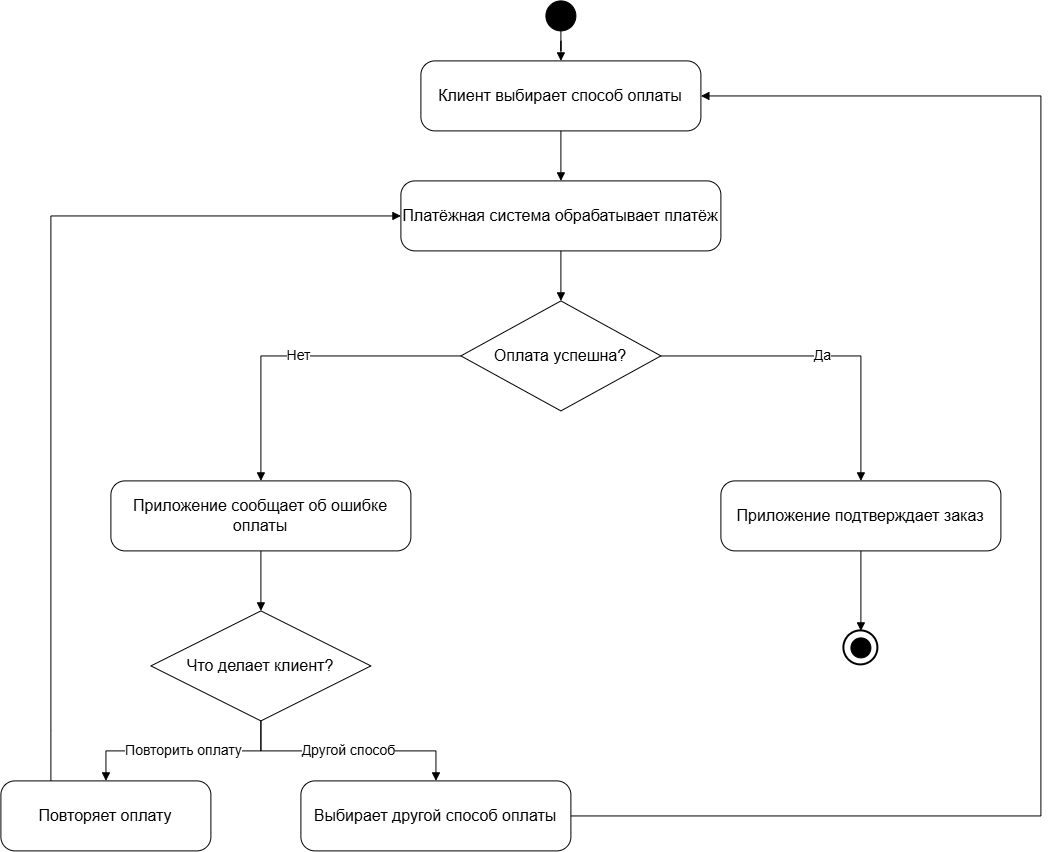
This is lab1/diagrams/activity-uml.png from Katsia999/visual-programming-labs-Belyeva, a draw.io export, as it was before one commit. Source tidied: cells renumbered, new cells last; positions are measured from the earlier drawing's top-left corner, leaving out a move shared by most shapes.
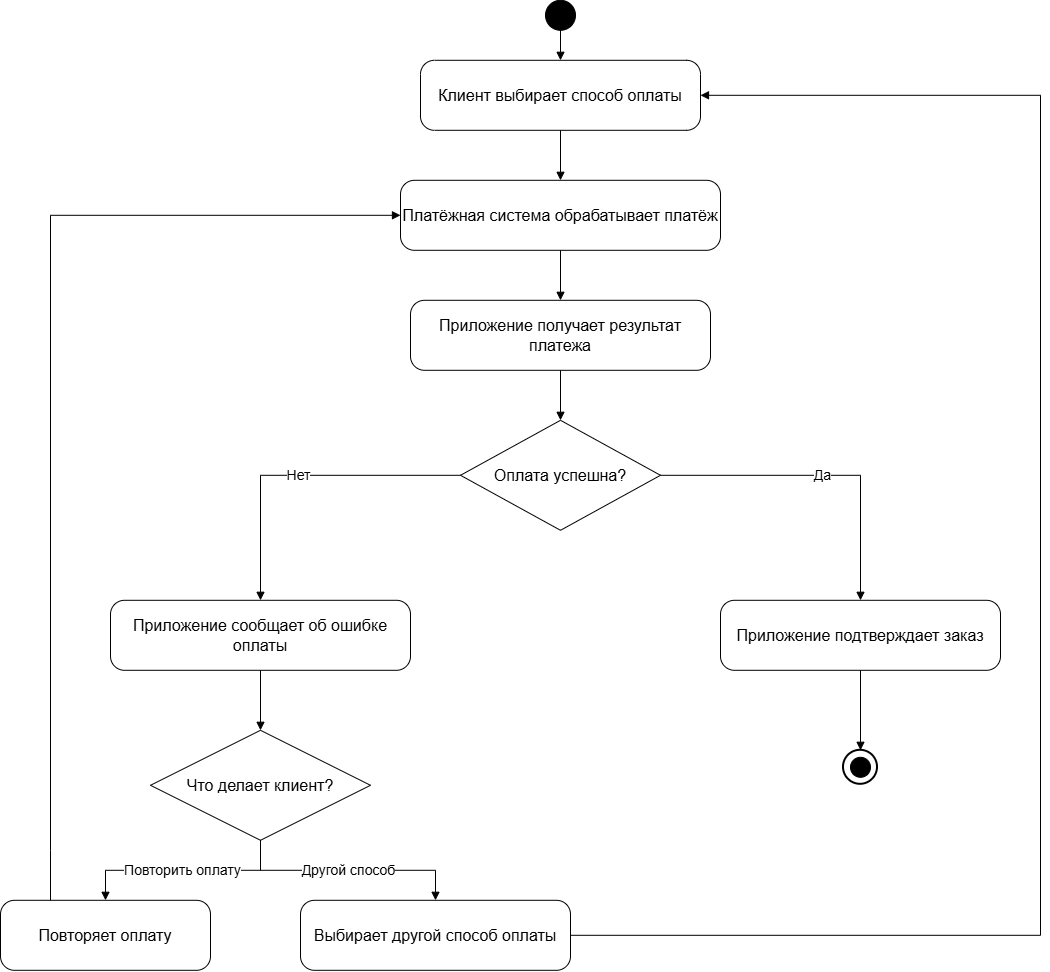
Later version of the same file.

Commit message:
Обновила UML и Mermaid-диаграммы

Diff of the diagram source:
```diff
@@ -3,14 +3,17 @@
     <mxCell id="0" />
     <mxCell id="1" parent="0" />
     <mxCell id="2" style="ellipse;whiteSpace=wrap;html=1;fillColor=#000000;strokeColor=#000000;" parent="1" vertex="1">
-      <mxGeometry x="545" width="30" height="30" as="geometry" />
+      <mxGeometry x="545" y="-120" width="30" height="30" as="geometry" />
     </mxCell>
     <mxCell id="3" value="Клиент выбирает способ оплаты" style="rounded=1;whiteSpace=wrap;html=1;arcSize=20;fontSize=16;" parent="1" vertex="1">
-      <mxGeometry x="420" y="60" width="280" height="70" as="geometry" />
+      <mxGeometry x="420" y="-60" width="280" height="70" as="geometry" />
     </mxCell>
     <mxCell id="4" value="Платёжная система обрабатывает платёж" style="rounded=1;whiteSpace=wrap;html=1;arcSize=20;fontSize=16;" parent="1" vertex="1">
-      <mxGeometry x="400" y="180" width="320" height="70" as="geometry" />
+      <mxGeometry x="400" y="60" width="320" height="70" as="geometry" />
     </mxCell>
+    <mxCell id="24" value="Приложение получает результат платежа" style="rounded=1;whiteSpace=wrap;html=1;arcSize=20;fontSize=16;" parent="1" vertex="1">
+      <mxGeometry x="410" y="180" width="300" height="70" as="geometry" />
+    </mxCell>
     <mxCell id="5" value="Оплата успешна?" style="rhombus;whiteSpace=wrap;html=1;fontSize=16;" parent="1" vertex="1">
       <mxGeometry x="460" y="300" width="200" height="110" as="geometry" />
     </mxCell>
@@ -41,7 +44,7 @@
     <mxCell id="14" style="edgeStyle=orthogonalEdgeStyle;rounded=0;jettySize=auto;html=1;endArrow=block;endFill=1;" parent="1" edge="1" source="3" target="4">
       <mxGeometry relative="1" as="geometry" />
     </mxCell>
-    <mxCell id="15" style="edgeStyle=orthogonalEdgeStyle;rounded=0;jettySize=auto;html=1;endArrow=block;endFill=1;" parent="1" edge="1" source="4" target="5">
+    <mxCell id="15" style="edgeStyle=orthogonalEdgeStyle;rounded=0;jettySize=auto;html=1;endArrow=block;endFill=1;" parent="1" edge="1" source="4" target="24">
       <mxGeometry relative="1" as="geometry" />
     </mxCell>
     <mxCell id="16" value="Да" style="edgeStyle=orthogonalEdgeStyle;rounded=0;jettySize=auto;html=1;endArrow=block;endFill=1;fontSize=14;" parent="1" edge="1" source="5" target="6">
@@ -66,8 +69,8 @@
       <mxGeometry relative="1" as="geometry">
         <Array as="points">
           <mxPoint x="50" y="730" />
-          <mxPoint x="50" y="215" />
-          <mxPoint x="400" y="215" />
+          <mxPoint x="50" y="95" />
+          <mxPoint x="400" y="95" />
         </Array>
       </mxGeometry>
     </mxCell>
@@ -75,9 +78,12 @@
       <mxGeometry relative="1" as="geometry">
         <Array as="points">
           <mxPoint x="1040" y="815" />
-          <mxPoint x="1040" y="95.1" />
+          <mxPoint x="1040" y="-25" />
         </Array>
       </mxGeometry>
     </mxCell>
+    <mxCell id="25" style="edgeStyle=orthogonalEdgeStyle;rounded=0;jettySize=auto;html=1;endArrow=block;endFill=1;" parent="1" edge="1" source="24" target="5">
+      <mxGeometry relative="1" as="geometry" />
+    </mxCell>
   </root>
 </mxGraphModel>
```
